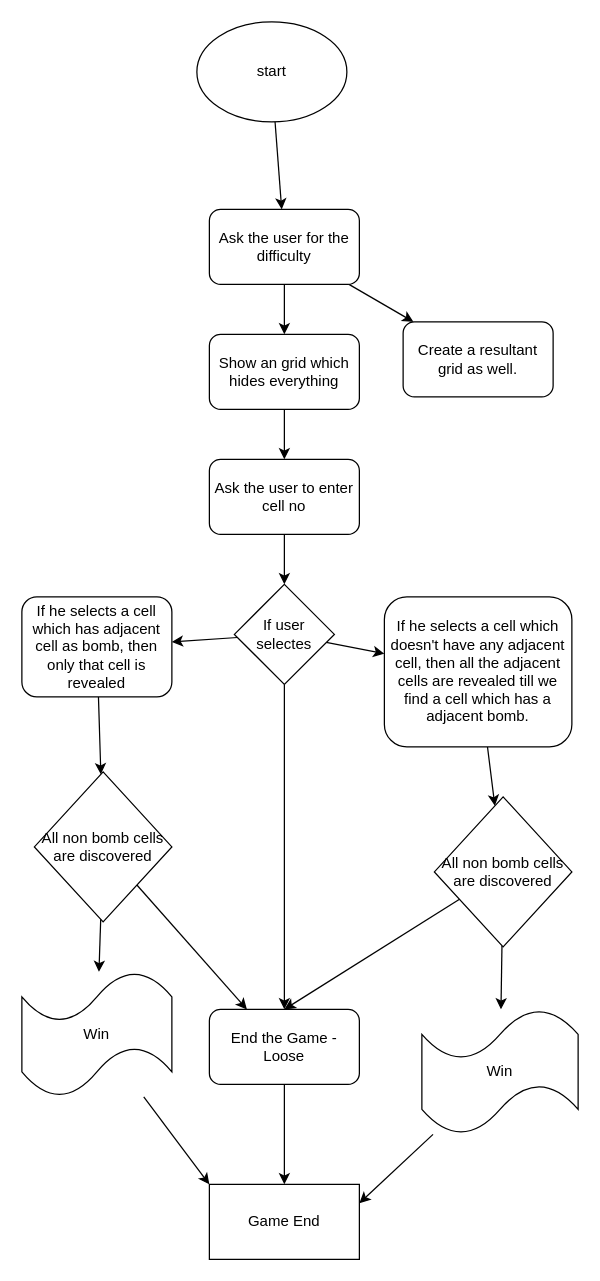
This is project.drawio from Jaswanth19-596/MinesweeperGame, a draw.io file, before an edit. Source tidied: cells renumbered, new cells numbered last; positions are measured from the earlier drawing's top-left corner, leaving out a move shared by most shapes. Both pictures are drawn from the tidied source at 125%, with x=0, y=0 at pixel (21, 21).
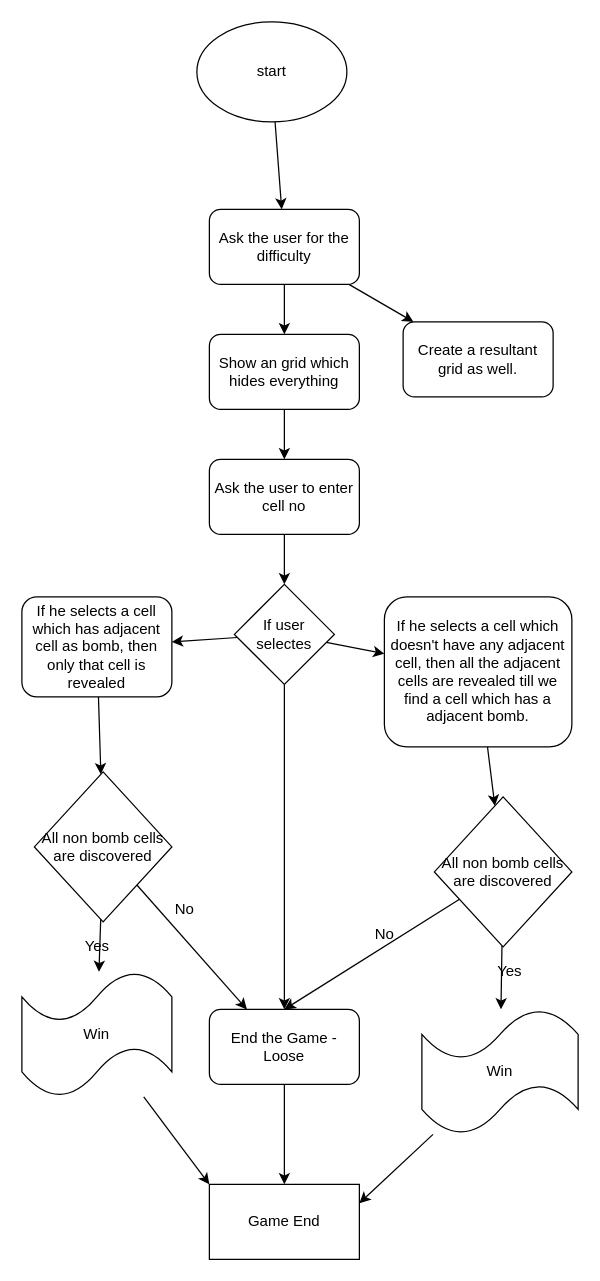
Above is the later version.

Diff of the diagram source:
```diff
@@
+    <mxCell id="33" value="No" style="text;html=1;align=center;verticalAlign=middle;strokeColor=none;fillColor=none;" parent="1" vertex="1">
+      <mxGeometry x="270" y="715" width="40" height="30" as="geometry" />
+    </mxCell>
+    <mxCell id="34" value="Yes" style="text;html=1;align=center;verticalAlign=middle;strokeColor=none;fillColor=none;" parent="1" vertex="1">
+      <mxGeometry x="370" y="745" width="40" height="30" as="geometry" />
+    </mxCell>
+    <mxCell id="35" value="No" style="text;html=1;align=center;verticalAlign=middle;strokeColor=none;fillColor=none;" parent="1" vertex="1">
+      <mxGeometry x="110" y="695" width="40" height="30" as="geometry" />
+    </mxCell>
+    <mxCell id="36" value="Yes" style="text;html=1;align=center;verticalAlign=middle;strokeColor=none;fillColor=none;" parent="1" vertex="1">
+      <mxGeometry x="40" y="725" width="40" height="30" as="geometry" />
+    </mxCell>
```
